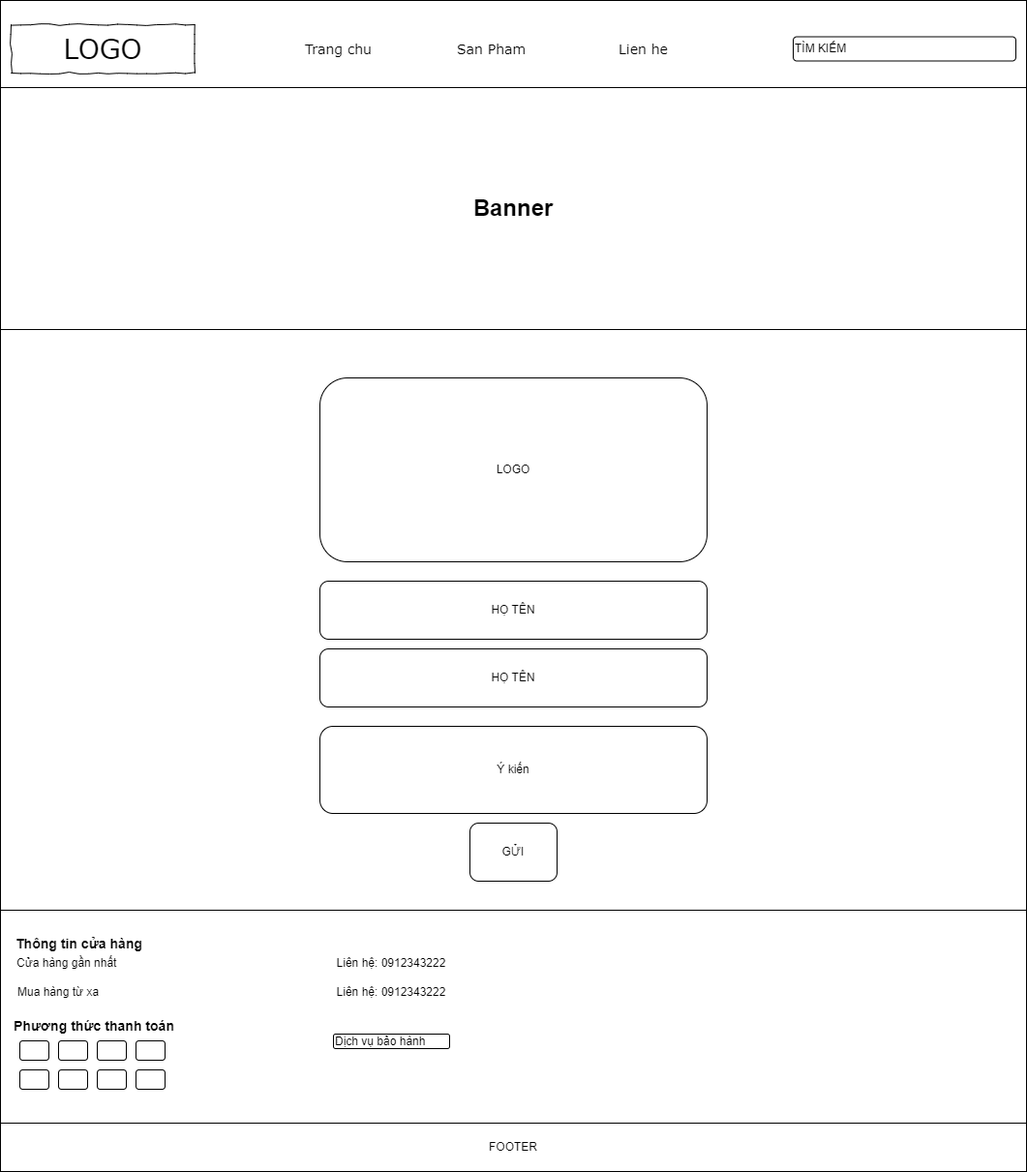
The draw.io diagram img/Lien he.png in NguyenHocPH36330/Web106_HocNC, before a commit. Source tidied: cells renumbered, new cells last; positions are measured from the earlier drawing's top-left corner, leaving out a move shared by most shapes.
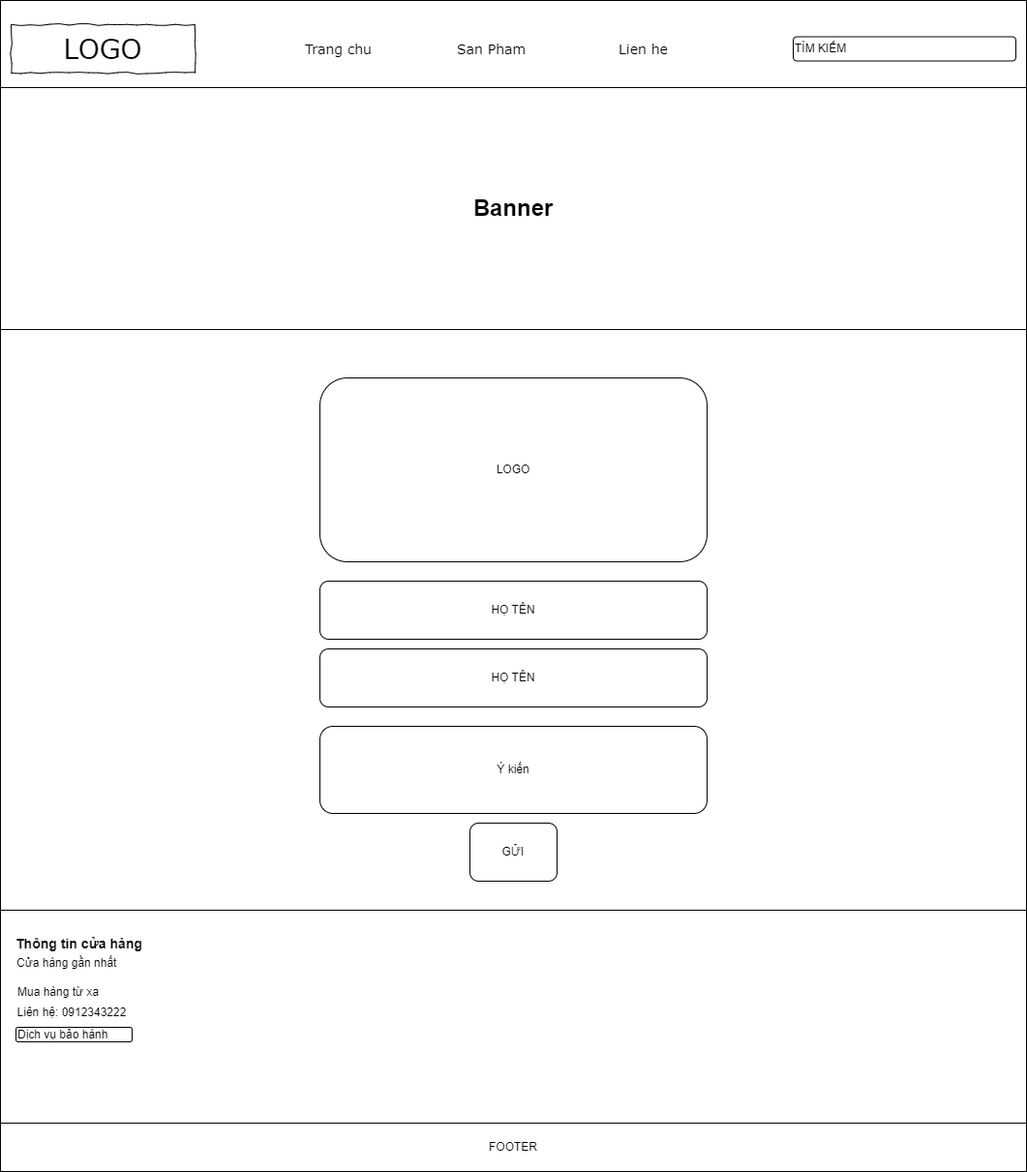
The same diagram one commit later.

The edit, as a diff of the source:
```diff
@@ -47,33 +47,6 @@
     <mxCell id="16" value="&lt;h3&gt;Thông tin cửa hàng&lt;/h3&gt;" style="text;html=1;strokeColor=none;fillColor=none;align=left;verticalAlign=middle;whiteSpace=wrap;rounded=0;" parent="1" vertex="1">
       <mxGeometry x="14" y="960" width="140" height="30" as="geometry" />
     </mxCell>
-    <mxCell id="17" value="&lt;h3&gt;Phương thức thanh toán&lt;/h3&gt;" style="text;html=1;strokeColor=none;fillColor=none;align=center;verticalAlign=middle;whiteSpace=wrap;rounded=0;" parent="1" vertex="1">
-      <mxGeometry x="12" y="1045" width="170" height="30" as="geometry" />
-    </mxCell>
-    <mxCell id="18" style="rounded=1;whiteSpace=wrap;html=1;" parent="1" vertex="1">
-      <mxGeometry x="20" y="1075" width="30" height="20" as="geometry" />
-    </mxCell>
-    <mxCell id="19" style="rounded=1;whiteSpace=wrap;html=1;" parent="1" vertex="1">
-      <mxGeometry x="60" y="1075" width="30" height="20" as="geometry" />
-    </mxCell>
-    <mxCell id="20" style="rounded=1;whiteSpace=wrap;html=1;" parent="1" vertex="1">
-      <mxGeometry x="100" y="1075" width="30" height="20" as="geometry" />
-    </mxCell>
-    <mxCell id="21" style="rounded=1;whiteSpace=wrap;html=1;" parent="1" vertex="1">
-      <mxGeometry x="140" y="1075" width="30" height="20" as="geometry" />
-    </mxCell>
-    <mxCell id="22" style="rounded=1;whiteSpace=wrap;html=1;" parent="1" vertex="1">
-      <mxGeometry x="20" y="1105" width="30" height="20" as="geometry" />
-    </mxCell>
-    <mxCell id="23" style="rounded=1;whiteSpace=wrap;html=1;" parent="1" vertex="1">
-      <mxGeometry x="60" y="1105" width="30" height="20" as="geometry" />
-    </mxCell>
-    <mxCell id="24" style="rounded=1;whiteSpace=wrap;html=1;" parent="1" vertex="1">
-      <mxGeometry x="100" y="1105" width="30" height="20" as="geometry" />
-    </mxCell>
-    <mxCell id="25" style="rounded=1;whiteSpace=wrap;html=1;" parent="1" vertex="1">
-      <mxGeometry x="140" y="1105" width="30" height="20" as="geometry" />
-    </mxCell>
     <mxCell id="26" value="FOOTER" style="rounded=0;whiteSpace=wrap;html=1;" parent="1" vertex="1">
       <mxGeometry y="1160" width="1060" height="50" as="geometry" />
     </mxCell>
@@ -83,14 +56,11 @@
     <mxCell id="28" value="Mua hàng từ xa" style="text;html=1;strokeColor=none;fillColor=none;align=left;verticalAlign=middle;whiteSpace=wrap;rounded=0;" parent="1" vertex="1">
       <mxGeometry x="16" y="1010" width="138" height="30" as="geometry" />
     </mxCell>
-    <mxCell id="29" value="Liên hệ: 0912343222" style="text;html=1;strokeColor=none;fillColor=none;align=center;verticalAlign=middle;whiteSpace=wrap;rounded=0;" parent="1" vertex="1">
-      <mxGeometry x="338" y="980" width="132" height="30" as="geometry" />
-    </mxCell>
     <mxCell id="30" value="Liên hệ: 0912343222" style="text;html=1;strokeColor=none;fillColor=none;align=center;verticalAlign=middle;whiteSpace=wrap;rounded=0;" parent="1" vertex="1">
-      <mxGeometry x="338" y="1010" width="132" height="30" as="geometry" />
+      <mxGeometry x="8" y="1031" width="132" height="30" as="geometry" />
     </mxCell>
     <mxCell id="31" value="Dịch vụ bảo hành" style="rounded=1;whiteSpace=wrap;html=1;align=left;" parent="1" vertex="1">
-      <mxGeometry x="344" y="1068" width="120" height="15" as="geometry" />
+      <mxGeometry x="16" y="1061" width="120" height="15" as="geometry" />
     </mxCell>
   </root>
 </mxGraphModel>
```
